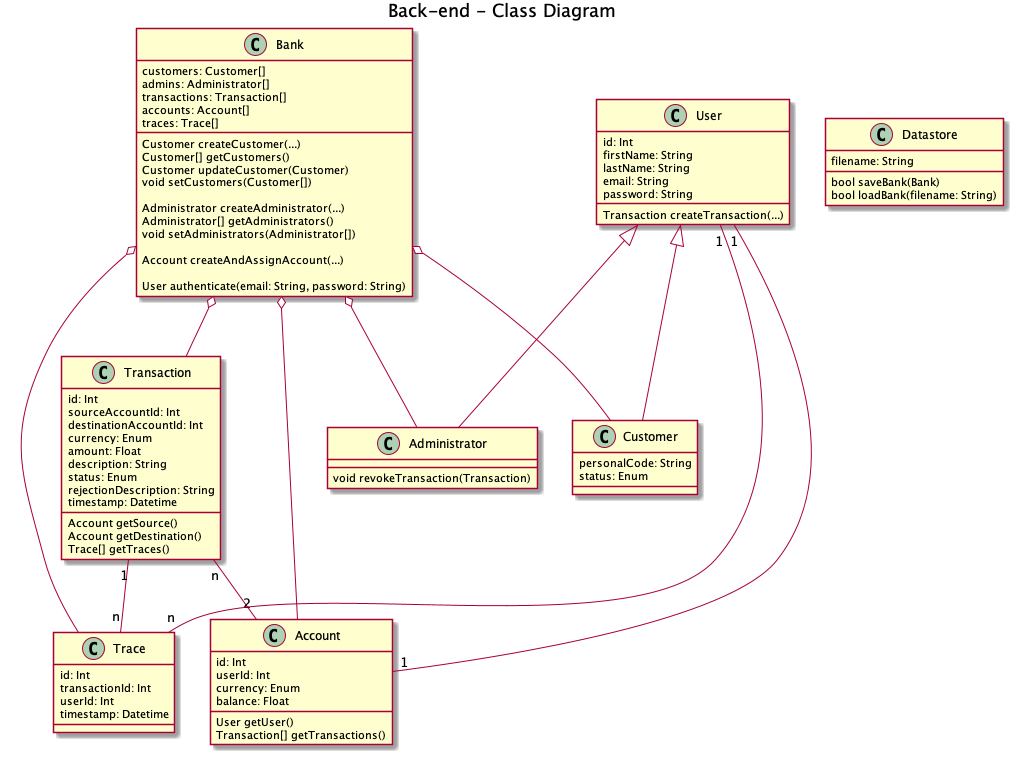
The PlantUML diagram docs/classes/backend-classes.png in Sysmod-2021/bankappbackend, before a commit. Its diagram source:
```plantuml
@startuml

title Back-end - Class Diagram

class Bank {
    customers: Customer[]
    admins: Administrator[]
    transactions: Transaction[]
    accounts: Account[]
    traces: Trace[]

    Customer createCustomer(...)
    Customer[] getCustomers()
    Customer updateCustomer(Customer)
    void setCustomers(Customer[])

    Administrator createAdministrator(...)
    Administrator[] getAdministrators()
    void setAdministrators(Administrator[])

    Account createAndAssignAccount(...)

    User authenticate(email: String, password: String)
}

class User {
    id: Int
    firstName: String
    lastName: String
    email: String
    password: String

    Transaction createTransaction(...)
}

class Customer {
    personalCode: String
    status: Enum
}

class Administrator {
    void revokeTransaction(Transaction)
}

class Account {
    id: Int
    userId: Int
    currency: Enum
    balance: Float

    User getUser()
    Transaction[] getTransactions()
}

class Transaction {
    id: Int
    sourceAccountId: Int
    destinationAccountId: Int
    currency: Enum
    amount: Float
    description: String
    status: Enum
    rejectionDescription: String
    timestamp: Datetime

    Account getSource()
    Account getDestination()
    Trace[] getTraces()
}

class Trace {
    id: Int
    transactionId: Int
    userId: Int
    timestamp: Datetime
}

class Datastore {
    filename: String

    bool saveBank(Bank)
    bool loadBank(filename: String)
}

Bank o-- Customer
Bank o-- Administrator
Bank o-- Transaction
Bank o-- Account
Bank o-- Trace
User <|-- Customer
User <|-- Administrator
User "1" -- "1" Account
Transaction "n" -- "2" Account
Transaction "1" -- "n" Trace
User "1" -- "n" Trace

@enduml
```
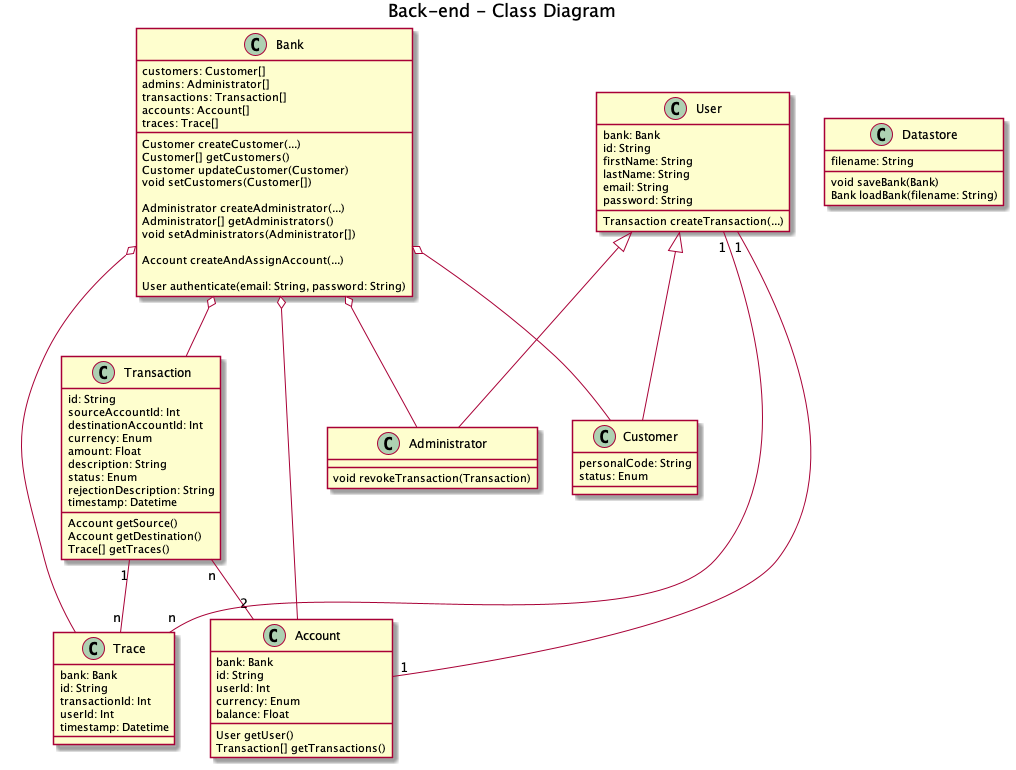
Later version of the same file.

Commit message:
Updating the class diagram

Diff of the diagram source:
```diff
@@ -24,7 +24,8 @@
 }
 
 class User {
-    id: Int
+    bank: Bank
+    id: String
     firstName: String
     lastName: String
     email: String
@@ -43,7 +44,8 @@
 }
 
 class Account {
-    id: Int
+    bank: Bank
+    id: String
     userId: Int
     currency: Enum
     balance: Float
@@ -53,7 +55,7 @@
 }
 
 class Transaction {
-    id: Int
+    id: String
     sourceAccountId: Int
     destinationAccountId: Int
     currency: Enum
@@ -69,7 +71,8 @@
 }
 
 class Trace {
-    id: Int
+    bank: Bank
+    id: String
     transactionId: Int
     userId: Int
     timestamp: Datetime
@@ -78,8 +81,8 @@
 class Datastore {
     filename: String
 
-    bool saveBank(Bank)
-    bool loadBank(filename: String)
+    void saveBank(Bank)
+    Bank loadBank(filename: String)
 }
 
 Bank o-- Customer
```
